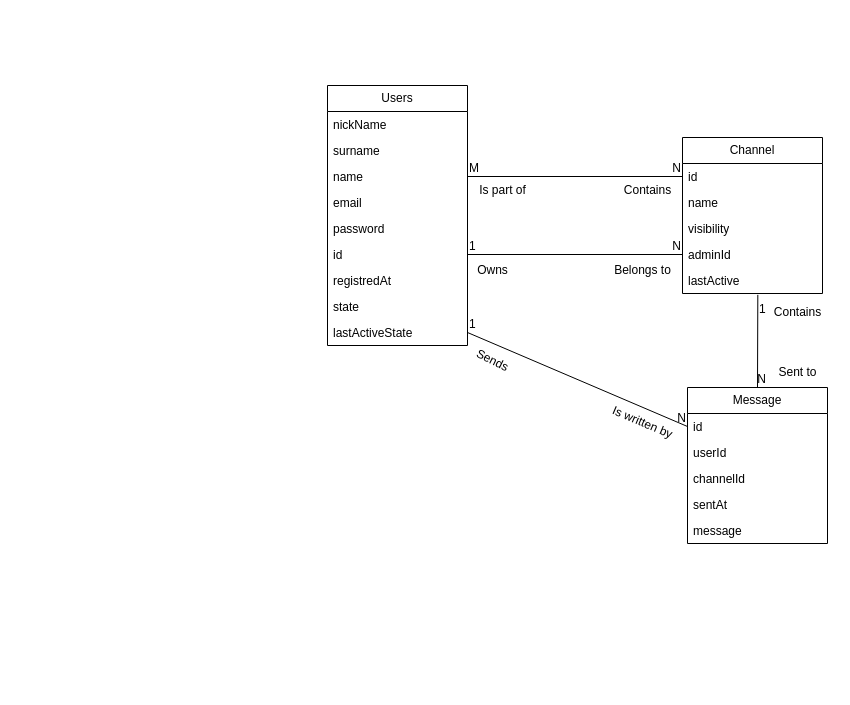
This is page "Logical" (1 of 2) of docs/DBdiagram.drawio from meowiky/VPWA-25-Bukovska-Szabo, a draw.io file, before an edit. Source tidied: cells renumbered, new cells numbered last; positions are measured from the earlier drawing's top-left corner, leaving out a move shared by most shapes. Both pictures are drawn from the tidied source at 100%, with x=0, y=0 at pixel (327, 85).
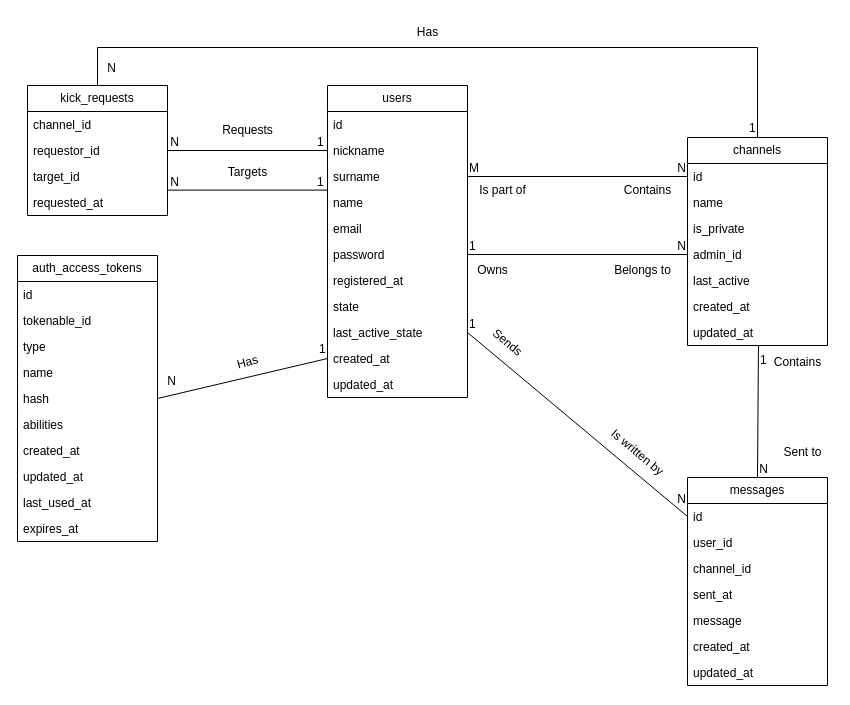
The same page after the edit.

Unchanged cells that the change refers to:
```xml
<mxCell id="37" style="endArrow=none;html=1;rounded=0;exitX=1;exitY=0.5;exitDx=0;exitDy=0;entryX=0;entryY=0.5;entryDx=0;entryDy=0;" parent="1" edge="1" source="11" target="19">
  <mxGeometry relative="1" as="geometry" />
</mxCell>
```

What changed in the source:
```diff
@@
-    <mxCell id="2" value="Users" style="swimlane;fontStyle=0;horizontal=1;startSize=26;fillColor=none;whiteSpace=wrap;html=1;" parent="1" vertex="1">
-      <mxGeometry width="140" height="260" as="geometry" />
+    <mxCell id="2" value="users" style="swimlane;fontStyle=0;horizontal=1;startSize=26;fillColor=none;whiteSpace=wrap;html=1;" parent="1" vertex="1">
+      <mxGeometry width="140" height="312" as="geometry" />
     </mxCell>
-    <mxCell id="3" value="nickName" style="text;strokeColor=none;fillColor=none;align=left;verticalAlign=top;spacingLeft=4;spacingRight=4;overflow=hidden;whiteSpace=wrap;html=1;" parent="2" vertex="1">
+    <mxCell id="3" value="id" style="text;strokeColor=none;fillColor=none;align=left;verticalAlign=top;spacingLeft=4;spacingRight=4;overflow=hidden;whiteSpace=wrap;html=1;" parent="2" vertex="1">
       <mxGeometry y="26" width="140" height="26" as="geometry" />
     </mxCell>
-    <mxCell id="4" value="surname" style="text;strokeColor=none;fillColor=none;align=left;verticalAlign=top;spacingLeft=4;spacingRight=4;overflow=hidden;points=[[0,0.5],[1,0.5]];portConstraint=eastwest;whiteSpace=wrap;html=1;" parent="2" vertex="1">
+    <mxCell id="4" value="nickname" style="text;strokeColor=none;fillColor=none;align=left;verticalAlign=top;spacingLeft=4;spacingRight=4;overflow=hidden;points=[[0,0.5],[1,0.5]];portConstraint=eastwest;whiteSpace=wrap;html=1;" parent="2" vertex="1">
       <mxGeometry y="52" width="140" height="26" as="geometry" />
     </mxCell>
-    <mxCell id="5" value="name" style="text;strokeColor=none;fillColor=none;align=left;verticalAlign=top;spacingLeft=4;spacingRight=4;overflow=hidden;points=[[0,0.5],[1,0.5]];portConstraint=eastwest;whiteSpace=wrap;html=1;" parent="2" vertex="1">
+    <mxCell id="5" value="surname" style="text;strokeColor=none;fillColor=none;align=left;verticalAlign=top;spacingLeft=4;spacingRight=4;overflow=hidden;points=[[0,0.5],[1,0.5]];portConstraint=eastwest;whiteSpace=wrap;html=1;" parent="2" vertex="1">
       <mxGeometry y="78" width="140" height="26" as="geometry" />
     </mxCell>
-    <mxCell id="6" value="email" style="text;strokeColor=none;fillColor=none;align=left;verticalAlign=top;spacingLeft=4;spacingRight=4;overflow=hidden;whiteSpace=wrap;html=1;" parent="2" vertex="1">
+    <mxCell id="6" value="name" style="text;strokeColor=none;fillColor=none;align=left;verticalAlign=top;spacingLeft=4;spacingRight=4;overflow=hidden;whiteSpace=wrap;html=1;" parent="2" vertex="1">
       <mxGeometry y="104" width="140" height="26" as="geometry" />
     </mxCell>
-    <mxCell id="7" value="password" style="text;strokeColor=none;fillColor=none;align=left;verticalAlign=top;spacingLeft=4;spacingRight=4;overflow=hidden;whiteSpace=wrap;html=1;" parent="2" vertex="1">
+    <mxCell id="7" value="email" style="text;strokeColor=none;fillColor=none;align=left;verticalAlign=top;spacingLeft=4;spacingRight=4;overflow=hidden;whiteSpace=wrap;html=1;" parent="2" vertex="1">
       <mxGeometry y="130" width="140" height="26" as="geometry" />
     </mxCell>
-    <mxCell id="8" value="id" style="text;strokeColor=none;fillColor=none;align=left;verticalAlign=top;spacingLeft=4;spacingRight=4;overflow=hidden;points=[[0,0.5],[1,0.5]];portConstraint=eastwest;whiteSpace=wrap;html=1;" parent="2" vertex="1">
+    <mxCell id="8" value="password" style="text;strokeColor=none;fillColor=none;align=left;verticalAlign=top;spacingLeft=4;spacingRight=4;overflow=hidden;points=[[0,0.5],[1,0.5]];portConstraint=eastwest;whiteSpace=wrap;html=1;" parent="2" vertex="1">
       <mxGeometry y="156" width="140" height="26" as="geometry" />
     </mxCell>
-    <mxCell id="9" value="registredAt" style="text;strokeColor=none;fillColor=none;align=left;verticalAlign=top;spacingLeft=4;spacingRight=4;overflow=hidden;whiteSpace=wrap;html=1;" parent="2" vertex="1">
+    <mxCell id="9" value="registered_at" style="text;strokeColor=none;fillColor=none;align=left;verticalAlign=top;spacingLeft=4;spacingRight=4;overflow=hidden;whiteSpace=wrap;html=1;" parent="2" vertex="1">
       <mxGeometry y="182" width="140" height="26" as="geometry" />
     </mxCell>
@@
-    <mxCell id="11" value="lastActiveState" style="text;strokeColor=none;fillColor=none;align=left;verticalAlign=top;spacingLeft=4;spacingRight=4;overflow=hidden;points=[[0,0.5],[1,0.5]];portConstraint=eastwest;whiteSpace=wrap;html=1;" parent="2" vertex="1">
+    <mxCell id="11" value="last_active_state" style="text;strokeColor=none;fillColor=none;align=left;verticalAlign=top;spacingLeft=4;spacingRight=4;overflow=hidden;points=[[0,0.5],[1,0.5]];portConstraint=eastwest;whiteSpace=wrap;html=1;" parent="2" vertex="1">
       <mxGeometry y="234" width="140" height="26" as="geometry" />
     </mxCell>
+    <mxCell id="44" value="created_at" style="text;strokeColor=none;fillColor=none;align=left;verticalAlign=top;spacingLeft=4;spacingRight=4;overflow=hidden;points=[[0,0.5],[1,0.5]];portConstraint=eastwest;whiteSpace=wrap;html=1;" parent="2" vertex="1">
+      <mxGeometry y="260" width="140" height="26" as="geometry" />
+    </mxCell>
+    <mxCell id="45" value="updated_at" style="text;strokeColor=none;fillColor=none;align=left;verticalAlign=top;spacingLeft=4;spacingRight=4;overflow=hidden;whiteSpace=wrap;html=1;" parent="2" vertex="1">
+      <mxGeometry y="286" width="140" height="26" as="geometry" />
+    </mxCell>
-    <mxCell id="12" value="Channel" style="swimlane;fontStyle=0;horizontal=1;startSize=26;fillColor=none;whiteSpace=wrap;html=1;" parent="1" vertex="1">
-      <mxGeometry x="355" y="52" width="140" height="156" as="geometry" />
+    <mxCell id="12" value="channels" style="swimlane;fontStyle=0;horizontal=1;startSize=26;fillColor=none;whiteSpace=wrap;html=1;" parent="1" vertex="1">
+      <mxGeometry x="360" y="52" width="140" height="208" as="geometry" />
     </mxCell>
@@
-    <mxCell id="15" value="visibility" style="text;strokeColor=none;fillColor=none;align=left;verticalAlign=top;spacingLeft=4;spacingRight=4;overflow=hidden;whiteSpace=wrap;html=1;" parent="12" vertex="1">
+    <mxCell id="15" value="is_private" style="text;strokeColor=none;fillColor=none;align=left;verticalAlign=top;spacingLeft=4;spacingRight=4;overflow=hidden;whiteSpace=wrap;html=1;" parent="12" vertex="1">
       <mxGeometry y="78" width="140" height="26" as="geometry" />
     </mxCell>
-    <mxCell id="16" value="adminId" style="text;strokeColor=none;fillColor=none;align=left;verticalAlign=top;spacingLeft=4;spacingRight=4;overflow=hidden;points=[[0,0.5],[1,0.5]];portConstraint=eastwest;whiteSpace=wrap;html=1;" parent="12" vertex="1">
+    <mxCell id="16" value="admin_id" style="text;strokeColor=none;fillColor=none;align=left;verticalAlign=top;spacingLeft=4;spacingRight=4;overflow=hidden;points=[[0,0.5],[1,0.5]];portConstraint=eastwest;whiteSpace=wrap;html=1;" parent="12" vertex="1">
       <mxGeometry y="104" width="140" height="26" as="geometry" />
     </mxCell>
-    <mxCell id="17" value="lastActive" style="text;strokeColor=none;fillColor=none;align=left;verticalAlign=top;spacingLeft=4;spacingRight=4;overflow=hidden;points=[[0,0.5],[1,0.5]];portConstraint=eastwest;whiteSpace=wrap;html=1;" parent="12" vertex="1">
+    <mxCell id="17" value="last_active" style="text;strokeColor=none;fillColor=none;align=left;verticalAlign=top;spacingLeft=4;spacingRight=4;overflow=hidden;points=[[0,0.5],[1,0.5]];portConstraint=eastwest;whiteSpace=wrap;html=1;" parent="12" vertex="1">
       <mxGeometry y="130" width="140" height="26" as="geometry" />
     </mxCell>
+    <mxCell id="46" value="created_at" style="text;strokeColor=none;fillColor=none;align=left;verticalAlign=top;spacingLeft=4;spacingRight=4;overflow=hidden;whiteSpace=wrap;html=1;" parent="12" vertex="1">
+      <mxGeometry y="156" width="140" height="26" as="geometry" />
+    </mxCell>
+    <mxCell id="47" value="updated_at" style="text;strokeColor=none;fillColor=none;align=left;verticalAlign=top;spacingLeft=4;spacingRight=4;overflow=hidden;points=[[0,0.5],[1,0.5]];portConstraint=eastwest;whiteSpace=wrap;html=1;" parent="12" vertex="1">
+      <mxGeometry y="182" width="140" height="26" as="geometry" />
+    </mxCell>
-    <mxCell id="18" value="Message" style="swimlane;fontStyle=0;horizontal=1;startSize=26;fillColor=none;whiteSpace=wrap;html=1;" parent="1" vertex="1">
-      <mxGeometry x="360" y="302" width="140" height="156" as="geometry" />
+    <mxCell id="18" value="messages" style="swimlane;fontStyle=0;horizontal=1;startSize=26;fillColor=none;whiteSpace=wrap;html=1;" parent="1" vertex="1">
+      <mxGeometry x="360" y="392" width="140" height="208" as="geometry" />
     </mxCell>
@@
-    <mxCell id="20" value="userId" style="text;strokeColor=none;fillColor=none;align=left;verticalAlign=top;spacingLeft=4;spacingRight=4;overflow=hidden;whiteSpace=wrap;html=1;" parent="18" vertex="1">
+    <mxCell id="20" value="user_id" style="text;strokeColor=none;fillColor=none;align=left;verticalAlign=top;spacingLeft=4;spacingRight=4;overflow=hidden;whiteSpace=wrap;html=1;" parent="18" vertex="1">
       <mxGeometry y="52" width="140" height="26" as="geometry" />
     </mxCell>
-    <mxCell id="21" value="channelId" style="text;strokeColor=none;fillColor=none;align=left;verticalAlign=top;spacingLeft=4;spacingRight=4;overflow=hidden;whiteSpace=wrap;html=1;" parent="18" vertex="1">
+    <mxCell id="21" value="channel_id" style="text;strokeColor=none;fillColor=none;align=left;verticalAlign=top;spacingLeft=4;spacingRight=4;overflow=hidden;whiteSpace=wrap;html=1;" parent="18" vertex="1">
       <mxGeometry y="78" width="140" height="26" as="geometry" />
     </mxCell>
-    <mxCell id="22" value="sentAt" style="text;strokeColor=none;fillColor=none;align=left;verticalAlign=top;spacingLeft=4;spacingRight=4;overflow=hidden;whiteSpace=wrap;html=1;" parent="18" vertex="1">
+    <mxCell id="22" value="sent_at" style="text;strokeColor=none;fillColor=none;align=left;verticalAlign=top;spacingLeft=4;spacingRight=4;overflow=hidden;whiteSpace=wrap;html=1;" parent="18" vertex="1">
       <mxGeometry y="104" width="140" height="26" as="geometry" />
     </mxCell>
@@
+    <mxCell id="48" value="created_at" style="text;strokeColor=none;fillColor=none;align=left;verticalAlign=top;spacingLeft=4;spacingRight=4;overflow=hidden;whiteSpace=wrap;html=1;" parent="18" vertex="1">
+      <mxGeometry y="156" width="140" height="26" as="geometry" />
+    </mxCell>
+    <mxCell id="49" value="updated_at" style="text;strokeColor=none;fillColor=none;align=left;verticalAlign=top;spacingLeft=4;spacingRight=4;overflow=hidden;whiteSpace=wrap;html=1;" parent="18" vertex="1">
+      <mxGeometry y="182" width="140" height="26" as="geometry" />
+    </mxCell>
@@
-    <mxCell id="27" style="endArrow=none;html=1;rounded=0;exitX=0.538;exitY=1.052;exitDx=0;exitDy=0;entryX=0.5;entryY=0;entryDx=0;entryDy=0;exitPerimeter=0;" parent="1" edge="1" source="17" target="18">
+    <mxCell id="27" style="endArrow=none;html=1;rounded=0;exitX=0.507;exitY=1;exitDx=0;exitDy=0;entryX=0.5;entryY=0;entryDx=0;entryDy=0;exitPerimeter=0;" parent="1" edge="1" source="47" target="18">
       <mxGeometry relative="1" as="geometry" />
     </mxCell>
@@
     <mxCell id="29" value="N" style="html=1;whiteSpace=wrap;align=right;verticalAlign=bottom;" parent="27" vertex="1">
       <mxGeometry x="1" relative="1" as="geometry">
-        <mxPoint x="10" as="offset" />
+        <mxPoint x="12" as="offset" />
       </mxGeometry>
     </mxCell>
@@
     <mxCell id="39" value="N" style="html=1;whiteSpace=wrap;align=right;verticalAlign=bottom;" parent="37" vertex="1">
-      <mxGeometry x="1" relative="1" as="geometry" />
+      <mxGeometry x="1" relative="1" as="geometry">
+        <mxPoint y="-9" as="offset" />
+      </mxGeometry>
     </mxCell>
-    <mxCell id="40" value="Sends" style="text;html=1;align=center;verticalAlign=middle;strokeColor=none;fillColor=none;rotation=26;" parent="1" vertex="1">
-      <mxGeometry x="135" y="260" width="60" height="30" as="geometry" />
+    <mxCell id="40" value="Sends" style="text;html=1;align=center;verticalAlign=middle;strokeColor=none;fillColor=none;rotation=40;" parent="1" vertex="1">
+      <mxGeometry x="150" y="242" width="60" height="30" as="geometry" />
     </mxCell>
-    <mxCell id="41" value="Is written by" style="text;html=1;align=center;verticalAlign=middle;strokeColor=none;fillColor=none;rotation=23;" parent="1" vertex="1">
-      <mxGeometry x="270" y="322" width="90" height="30" as="geometry" />
+    <mxCell id="41" value="Is written by" style="text;html=1;align=center;verticalAlign=middle;strokeColor=none;fillColor=none;rotation=40;" parent="1" vertex="1">
+      <mxGeometry x="265" y="352" width="90" height="30" as="geometry" />
     </mxCell>
     <mxCell id="42" value="Contains" style="text;html=1;align=center;verticalAlign=middle;strokeColor=none;fillColor=none;" parent="1" vertex="1">
-      <mxGeometry x="435" y="212" width="70" height="30" as="geometry" />
+      <mxGeometry x="435" y="262" width="70" height="30" as="geometry" />
     </mxCell>
     <mxCell id="43" value="Sent to" style="text;html=1;align=center;verticalAlign=middle;strokeColor=none;fillColor=none;" parent="1" vertex="1">
-      <mxGeometry x="440" y="272" width="60" height="30" as="geometry" />
+      <mxGeometry x="445" y="352" width="60" height="30" as="geometry" />
     </mxCell>
+    <mxCell id="50" value="auth_access_tokens" style="swimlane;fontStyle=0;horizontal=1;startSize=26;fillColor=none;whiteSpace=wrap;html=1;" parent="1" vertex="1">
+      <mxGeometry x="-310" y="170" width="140" height="286" as="geometry" />
+    </mxCell>
+    <mxCell id="51" value="id" style="text;strokeColor=none;fillColor=none;align=left;verticalAlign=top;spacingLeft=4;spacingRight=4;overflow=hidden;whiteSpace=wrap;html=1;" parent="50" vertex="1">
+      <mxGeometry y="26" width="140" height="26" as="geometry" />
+    </mxCell>
+    <mxCell id="52" value="tokenable_id" style="text;strokeColor=none;fillColor=none;align=left;verticalAlign=top;spacingLeft=4;spacingRight=4;overflow=hidden;whiteSpace=wrap;html=1;" parent="50" vertex="1">
+      <mxGeometry y="52" width="140" height="26" as="geometry" />
+    </mxCell>
+    <mxCell id="53" value="type" style="text;strokeColor=none;fillColor=none;align=left;verticalAlign=top;spacingLeft=4;spacingRight=4;overflow=hidden;whiteSpace=wrap;html=1;" parent="50" vertex="1">
+      <mxGeometry y="78" width="140" height="26" as="geometry" />
+    </mxCell>
+    <mxCell id="54" value="name" style="text;strokeColor=none;fillColor=none;align=left;verticalAlign=top;spacingLeft=4;spacingRight=4;overflow=hidden;whiteSpace=wrap;html=1;" parent="50" vertex="1">
+      <mxGeometry y="104" width="140" height="26" as="geometry" />
+    </mxCell>
+    <mxCell id="55" value="hash" style="text;strokeColor=none;fillColor=none;align=left;verticalAlign=top;spacingLeft=4;spacingRight=4;overflow=hidden;points=[[0,0.5],[1,0.5]];portConstraint=eastwest;whiteSpace=wrap;html=1;" parent="50" vertex="1">
+      <mxGeometry y="130" width="140" height="26" as="geometry" />
+    </mxCell>
+    <mxCell id="56" value="abilities" style="text;strokeColor=none;fillColor=none;align=left;verticalAlign=top;spacingLeft=4;spacingRight=4;overflow=hidden;whiteSpace=wrap;html=1;" parent="50" vertex="1">
+      <mxGeometry y="156" width="140" height="26" as="geometry" />
+    </mxCell>
+    <mxCell id="57" value="created_at" style="text;strokeColor=none;fillColor=none;align=left;verticalAlign=top;spacingLeft=4;spacingRight=4;overflow=hidden;whiteSpace=wrap;html=1;" parent="50" vertex="1">
+      <mxGeometry y="182" width="140" height="26" as="geometry" />
+    </mxCell>
+    <mxCell id="58" value="updated_at" style="text;strokeColor=none;fillColor=none;align=left;verticalAlign=top;spacingLeft=4;spacingRight=4;overflow=hidden;whiteSpace=wrap;html=1;" parent="50" vertex="1">
+      <mxGeometry y="208" width="140" height="26" as="geometry" />
+    </mxCell>
+    <mxCell id="59" value="last_used_at" style="text;strokeColor=none;fillColor=none;align=left;verticalAlign=top;spacingLeft=4;spacingRight=4;overflow=hidden;whiteSpace=wrap;html=1;" parent="50" vertex="1">
+      <mxGeometry y="234" width="140" height="26" as="geometry" />
+    </mxCell>
+    <mxCell id="60" value="expires_at" style="text;strokeColor=none;fillColor=none;align=left;verticalAlign=top;spacingLeft=4;spacingRight=4;overflow=hidden;whiteSpace=wrap;html=1;" parent="50" vertex="1">
+      <mxGeometry y="260" width="140" height="26" as="geometry" />
+    </mxCell>
+    <mxCell id="61" value="kick_requests" style="swimlane;fontStyle=0;horizontal=1;startSize=26;fillColor=none;whiteSpace=wrap;html=1;" parent="1" vertex="1">
+      <mxGeometry x="-300" width="140" height="130" as="geometry" />
+    </mxCell>
+    <mxCell id="62" value="channel_id" style="text;strokeColor=none;fillColor=none;align=left;verticalAlign=top;spacingLeft=4;spacingRight=4;overflow=hidden;whiteSpace=wrap;html=1;" parent="61" vertex="1">
+      <mxGeometry y="26" width="140" height="26" as="geometry" />
+    </mxCell>
+    <mxCell id="63" value="requestor_id" style="text;strokeColor=none;fillColor=none;align=left;verticalAlign=top;spacingLeft=4;spacingRight=4;overflow=hidden;points=[[0,0.5],[1,0.5]];portConstraint=eastwest;whiteSpace=wrap;html=1;" parent="61" vertex="1">
+      <mxGeometry y="52" width="140" height="26" as="geometry" />
+    </mxCell>
+    <mxCell id="64" value="target_id" style="text;strokeColor=none;fillColor=none;align=left;verticalAlign=top;spacingLeft=4;spacingRight=4;overflow=hidden;whiteSpace=wrap;html=1;" parent="61" vertex="1">
+      <mxGeometry y="78" width="140" height="26" as="geometry" />
+    </mxCell>
+    <mxCell id="65" value="requested_at" style="text;strokeColor=none;fillColor=none;align=left;verticalAlign=top;spacingLeft=4;spacingRight=4;overflow=hidden;whiteSpace=wrap;html=1;" parent="61" vertex="1">
+      <mxGeometry y="104" width="140" height="26" as="geometry" />
+    </mxCell>
+    <mxCell id="66" style="endArrow=none;html=1;rounded=0;exitX=0;exitY=0.5;exitDx=0;exitDy=0;entryX=1;entryY=0.5;entryDx=0;entryDy=0;" parent="1" edge="1" source="44" target="55">
+      <mxGeometry relative="1" as="geometry" />
+    </mxCell>
+    <mxCell id="67" value="1" style="html=1;whiteSpace=wrap;align=left;verticalAlign=bottom;" parent="66" vertex="1">
+      <mxGeometry x="-1" relative="1" as="geometry">
+        <mxPoint x="-10" y="-1" as="offset" />
+      </mxGeometry>
+    </mxCell>
+    <mxCell id="68" value="N" style="html=1;whiteSpace=wrap;align=right;verticalAlign=bottom;" parent="66" vertex="1">
+      <mxGeometry x="1" relative="1" as="geometry">
+        <mxPoint x="20" y="-9" as="offset" />
+      </mxGeometry>
+    </mxCell>
+    <mxCell id="69" value="Has" style="text;html=1;align=center;verticalAlign=middle;strokeColor=none;fillColor=none;rotation=-15;" parent="1" vertex="1">
+      <mxGeometry x="-100" y="262" width="40" height="30" as="geometry" />
+    </mxCell>
+    <mxCell id="70" value="Requests" style="text;html=1;align=center;verticalAlign=middle;strokeColor=none;fillColor=none;" parent="1" vertex="1">
+      <mxGeometry x="-115" y="30" width="70" height="30" as="geometry" />
+    </mxCell>
+    <mxCell id="71" style="endArrow=none;html=1;rounded=0;exitX=0;exitY=0.5;exitDx=0;exitDy=0;entryX=1;entryY=0.5;entryDx=0;entryDy=0;" parent="1" edge="1" source="4" target="63">
+      <mxGeometry relative="1" as="geometry" />
+    </mxCell>
+    <mxCell id="72" value="1" style="html=1;whiteSpace=wrap;align=left;verticalAlign=bottom;" parent="71" vertex="1">
+      <mxGeometry x="-1" relative="1" as="geometry">
+        <mxPoint x="-12" as="offset" />
+      </mxGeometry>
+    </mxCell>
+    <mxCell id="73" value="N" style="html=1;whiteSpace=wrap;align=right;verticalAlign=bottom;" parent="71" vertex="1">
+      <mxGeometry x="1" relative="1" as="geometry">
+        <mxPoint x="13" as="offset" />
+      </mxGeometry>
+    </mxCell>
+    <mxCell id="74" style="endArrow=none;html=1;rounded=0;exitX=0;exitY=0.5;exitDx=0;exitDy=0;entryX=1;entryY=0.5;entryDx=0;entryDy=0;" parent="1" edge="1">
+      <mxGeometry relative="1" as="geometry">
+        <mxPoint y="104.6" as="sourcePoint" />
+        <mxPoint x="-160" y="104.6" as="targetPoint" />
+      </mxGeometry>
+    </mxCell>
+    <mxCell id="75" value="1" style="html=1;whiteSpace=wrap;align=left;verticalAlign=bottom;" parent="74" vertex="1">
+      <mxGeometry x="-1" relative="1" as="geometry">
+        <mxPoint x="-12" as="offset" />
+      </mxGeometry>
+    </mxCell>
+    <mxCell id="76" value="N" style="html=1;whiteSpace=wrap;align=right;verticalAlign=bottom;" parent="74" vertex="1">
+      <mxGeometry x="1" relative="1" as="geometry">
+        <mxPoint x="13" as="offset" />
+      </mxGeometry>
+    </mxCell>
+    <mxCell id="77" value="Targets" style="text;html=1;align=center;verticalAlign=middle;strokeColor=none;fillColor=none;" parent="1" vertex="1">
+      <mxGeometry x="-110" y="72" width="60" height="30" as="geometry" />
+    </mxCell>
+    <mxCell id="78" style="endArrow=none;html=1;rounded=0;exitX=0.5;exitY=0;exitDx=0;exitDy=0;entryX=0.5;entryY=0;entryDx=0;entryDy=0;edgeStyle=elbowEdgeStyle;" parent="1" edge="1" source="12" target="61">
+      <mxGeometry relative="1" as="geometry">
+        <Array as="points">
+          <mxPoint x="90" y="-38" />
+        </Array>
+      </mxGeometry>
+    </mxCell>
+    <mxCell id="79" value="1" style="html=1;whiteSpace=wrap;align=left;verticalAlign=bottom;" parent="78" vertex="1">
+      <mxGeometry x="-1" relative="1" as="geometry">
+        <mxPoint x="-10" y="-1" as="offset" />
+      </mxGeometry>
+    </mxCell>
+    <mxCell id="80" value="N" style="html=1;whiteSpace=wrap;align=right;verticalAlign=bottom;" parent="78" vertex="1">
+      <mxGeometry x="1" relative="1" as="geometry">
+        <mxPoint x="20" y="-9" as="offset" />
+      </mxGeometry>
+    </mxCell>
+    <mxCell id="81" value="Has" style="text;html=1;align=center;verticalAlign=middle;strokeColor=none;fillColor=none;" parent="1" vertex="1">
+      <mxGeometry x="80" y="-68" width="40" height="30" as="geometry" />
+    </mxCell>
```
